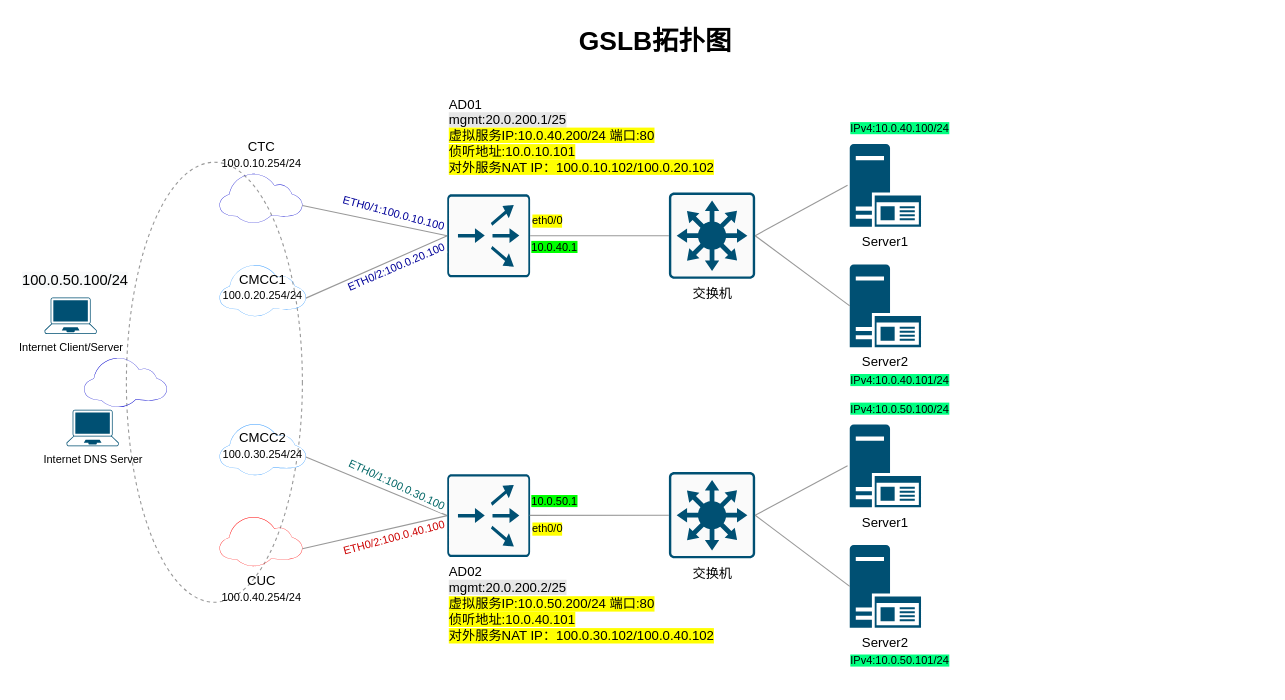
This is page "全局负载均衡拓扑图" (6 of 6) of Untitled Diagram.drawio from ahhfltj/cloud, a draw.io file, before an edit. Source tidied: cells renumbered, new cells numbered last; positions are measured from the earlier drawing's top-left corner, leaving out a move shared by most shapes. Both pictures are drawn from the tidied source at 110%, with x=0, y=0 at pixel (20, 19).
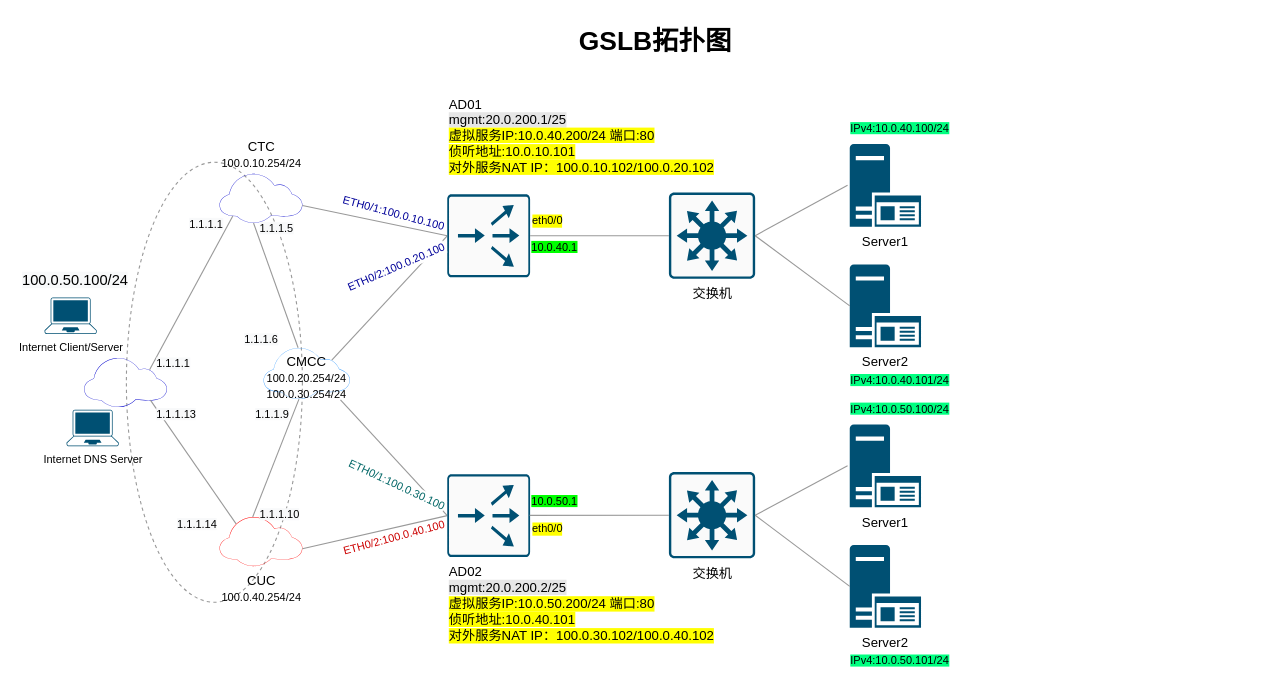
After the change.

Unchanged cells that the change refers to:
```xml
<mxCell id="7" value="CTC&lt;br&gt;&lt;span style=&quot;font-size: 10px&quot;&gt;100.0.10.254/24&lt;/span&gt;" style="points=[[0,0.64,0],[0.2,0.15,0],[0.4,0.01,0],[0.79,0.25,0],[1,0.65,0],[0.8,0.86,0],[0.41,1,0],[0.16,0.86,0]];verticalLabelPosition=top;html=1;verticalAlign=bottom;align=center;shape=mxgraph.cisco19.cloud;strokeColor=none;fillColor=#0000CC;" parent="1" vertex="1">
  <mxGeometry x="181.1" y="140" width="75.3" height="45.2" as="geometry" />
</mxCell>
<mxCell id="8" value="CUC&lt;br style=&quot;font-size: 10px&quot;&gt;&lt;span style=&quot;font-size: 10px&quot;&gt;100.0.40.254/24&lt;/span&gt;" style="points=[[0,0.64,0],[0.2,0.15,0],[0.4,0.01,0],[0.79,0.25,0],[1,0.65,0],[0.8,0.86,0],[0.41,1,0],[0.16,0.86,0]];verticalLabelPosition=bottom;html=1;verticalAlign=top;align=center;shape=mxgraph.cisco19.cloud;strokeColor=#FF0000;fillColor=#FF0000;" parent="1" vertex="1">
  <mxGeometry x="181.1" y="452" width="75.3" height="45.2" as="geometry" />
</mxCell>
<mxCell id="12" value="AD02&lt;br&gt;&lt;span style=&quot;background-color: rgb(230 , 230 , 230)&quot;&gt;mgmt:20.0.200.2/25&lt;/span&gt;&lt;br&gt;&lt;span style=&quot;background-color: rgb(255 , 255 , 0)&quot;&gt;虚拟服务IP:10.0.50.200/24 端口:80&lt;/span&gt;&lt;div&gt;&lt;/div&gt;&lt;div&gt;&lt;span style=&quot;background-color: rgb(255 , 255 , 0)&quot;&gt;侦听地址:10.0.40.101&lt;br&gt;&lt;/span&gt;&lt;div&gt;&lt;/div&gt;&lt;/div&gt;&lt;div&gt;&lt;span style=&quot;background-color: rgb(255 , 255 , 0)&quot;&gt;对外服务NAT IP：100.0.30.102/100.0.40.102&lt;/span&gt;&lt;/div&gt;" style="points=[[0.015,0.015,0],[0.985,0.015,0],[0.985,0.985,0],[0.015,0.985,0],[0.25,0,0],[0.5,0,0],[0.75,0,0],[1,0.25,0],[1,0.5,0],[1,0.75,0],[0.75,1,0],[0.5,1,0],[0.25,1,0],[0,0.75,0],[0,0.5,0],[0,0.25,0]];verticalLabelPosition=bottom;html=1;verticalAlign=top;align=left;shape=mxgraph.cisco19.rect;prIcon=content_router;fillColor=#FAFAFA;strokeColor=#005073;" parent="1" vertex="1">
  <mxGeometry x="388.1" y="413.6" width="75.3" height="75.3" as="geometry" />
</mxCell>
<mxCell id="20" value="&lt;span&gt;AD01&lt;/span&gt;&lt;br&gt;&lt;span style=&quot;background-color: rgb(230 , 230 , 230)&quot;&gt;mgmt:20.0.200.1/25&lt;/span&gt;&lt;br&gt;&lt;span style=&quot;background-color: rgb(255 , 255 , 0)&quot;&gt;虚拟服务IP:10.0.40.200/24 端口:80&lt;br&gt;侦听地址:10.0.10.101&lt;br&gt;对外服务NAT IP：100.0.10.102/100.0.20.102&lt;br&gt;&lt;/span&gt;&lt;div&gt;&lt;/div&gt;&lt;div&gt;&lt;br&gt;&lt;/div&gt;" style="points=[[0.015,0.015,0],[0.985,0.015,0],[0.985,0.985,0],[0.015,0.985,0],[0.25,0,0],[0.5,0,0],[0.75,0,0],[1,0.25,0],[1,0.5,0],[1,0.75,0],[0.75,1,0],[0.5,1,0],[0.25,1,0],[0,0.75,0],[0,0.5,0],[0,0.25,0]];verticalLabelPosition=top;html=1;verticalAlign=bottom;align=left;shape=mxgraph.cisco19.rect;prIcon=content_router;fillColor=#FAFAFA;strokeColor=#005073;" parent="1" vertex="1">
  <mxGeometry x="388.1" y="159.2" width="75.3" height="75.3" as="geometry" />
</mxCell>
<mxCell id="41" style="points=[[0,0.64,0],[0.2,0.15,0],[0.4,0.01,0],[0.79,0.25,0],[1,0.65,0],[0.8,0.86,0],[0.41,1,0],[0.16,0.86,0]];verticalLabelPosition=top;html=1;verticalAlign=bottom;align=center;shape=mxgraph.cisco19.cloud;strokeColor=none;fillColor=#0000CC;" parent="1" vertex="1">
  <mxGeometry x="58" y="307.4" width="75.3" height="45.2" as="geometry" />
</mxCell>
```

Diff of the diagram source:
```diff
@@
-    <mxCell id="9" value="CMCC1&lt;br style=&quot;font-size: 10px&quot;&gt;&lt;span style=&quot;font-size: 10px&quot;&gt;100.0.20.254/24&lt;/span&gt;" style="points=[[0,0.64,0],[0.2,0.15,0],[0.4,0.01,0],[0.79,0.25,0],[1,0.65,0],[0.8,0.86,0],[0.41,1,0],[0.16,0.86,0]];verticalLabelPosition=middle;html=1;verticalAlign=top;align=center;shape=mxgraph.cisco19.cloud;strokeColor=none;fillColor=#3399FF;" parent="1" vertex="1">
-      <mxGeometry x="181.1" y="222.9" width="78.5" height="47.1" as="geometry" />
+    <mxCell id="9" value="CMCC&lt;br style=&quot;font-size: 10px&quot;&gt;&lt;span style=&quot;font-size: 10px&quot;&gt;100.0.20.254/24&lt;br&gt;&lt;/span&gt;&lt;span style=&quot;font-size: 10px&quot;&gt;100.0.30.254/24&lt;/span&gt;&lt;span style=&quot;font-size: 10px&quot;&gt;&lt;br&gt;&lt;/span&gt;" style="points=[[0,0.64,0],[0.2,0.15,0],[0.4,0.01,0],[0.79,0.25,0],[1,0.65,0],[0.8,0.86,0],[0.41,1,0],[0.16,0.86,0]];verticalLabelPosition=middle;html=1;verticalAlign=top;align=center;shape=mxgraph.cisco19.cloud;strokeColor=none;fillColor=#3399FF;" parent="1" vertex="1">
+      <mxGeometry x="221.1" y="298.2" width="78.5" height="47.1" as="geometry" />
     </mxCell>
@@
-    <mxCell id="11" style="edgeStyle=none;rounded=0;jettySize=auto;html=1;entryX=1;entryY=0.65;entryDx=0;entryDy=0;endArrow=none;endFill=0;strokeWidth=1;exitX=0;exitY=0.5;exitDx=0;exitDy=0;exitPerimeter=0;strokeColor=#999999;jumpStyle=arc;entryPerimeter=0;" parent="1" edge="1" source="12" target="34">
+    <mxCell id="11" style="edgeStyle=none;rounded=0;jettySize=auto;html=1;entryX=0.891;entryY=1.015;entryDx=0;entryDy=0;endArrow=none;endFill=0;strokeWidth=1;exitX=0;exitY=0.5;exitDx=0;exitDy=0;exitPerimeter=0;strokeColor=#999999;jumpStyle=arc;entryPerimeter=0;" parent="1" edge="1" source="12" target="9">
       <mxGeometry x="140" y="227" as="geometry" />
     </mxCell>
@@
-    <mxCell id="19" style="edgeStyle=none;rounded=0;jettySize=auto;html=1;entryX=1;entryY=0.65;entryDx=0;entryDy=0;endArrow=none;endFill=0;strokeWidth=1;exitX=0;exitY=0.5;exitDx=0;exitDy=0;exitPerimeter=0;strokeColor=#999999;jumpStyle=arc;entryPerimeter=0;" parent="1" edge="1" source="20" target="9">
+    <mxCell id="19" style="edgeStyle=none;rounded=0;jettySize=auto;html=1;entryX=0.79;entryY=0.25;entryDx=0;entryDy=0;endArrow=none;endFill=0;strokeWidth=1;exitX=0;exitY=0.5;exitDx=0;exitDy=0;exitPerimeter=0;strokeColor=#999999;jumpStyle=arc;entryPerimeter=0;" parent="1" edge="1" source="20" target="9">
       <mxGeometry x="140" y="227" as="geometry" />
     </mxCell>
@@
-    <mxCell id="34" value="CMCC2&lt;br style=&quot;font-size: 10px&quot;&gt;&lt;span style=&quot;font-size: 10px&quot;&gt;100.0.30.254/24&lt;/span&gt;" style="points=[[0,0.64,0],[0.2,0.15,0],[0.4,0.01,0],[0.79,0.25,0],[1,0.65,0],[0.8,0.86,0],[0.41,1,0],[0.16,0.86,0]];verticalLabelPosition=middle;html=1;verticalAlign=top;align=center;shape=mxgraph.cisco19.cloud;strokeColor=none;fillColor=#3399FF;" parent="1" vertex="1">
-      <mxGeometry x="181.1" y="367.4" width="78.5" height="47.1" as="geometry" />
-    </mxCell>
@@
+    <mxCell id="42" style="edgeStyle=none;rounded=0;jettySize=auto;html=1;entryX=0.79;entryY=0.25;entryDx=0;entryDy=0;endArrow=none;endFill=0;strokeWidth=1;exitX=0.16;exitY=0.86;exitDx=0;exitDy=0;exitPerimeter=0;strokeColor=#999999;jumpStyle=arc;entryPerimeter=0;" parent="1" edge="1" source="7" target="41">
+      <mxGeometry x="-30.2" y="218.9" as="geometry" />
+    </mxCell>
+    <mxCell id="43" style="edgeStyle=none;rounded=0;jettySize=auto;html=1;entryX=0.8;entryY=0.86;entryDx=0;entryDy=0;endArrow=none;endFill=0;strokeWidth=1;exitX=0.2;exitY=0.15;exitDx=0;exitDy=0;exitPerimeter=0;strokeColor=#999999;jumpStyle=arc;entryPerimeter=0;" parent="1" edge="1" source="8" target="41">
+      <mxGeometry x="-20.2" y="228.9" as="geometry" />
+    </mxCell>
+    <mxCell id="44" style="edgeStyle=none;rounded=0;jettySize=auto;html=1;entryX=0.4;entryY=0.01;entryDx=0;entryDy=0;endArrow=none;endFill=0;strokeWidth=1;exitX=0.41;exitY=1;exitDx=0;exitDy=0;exitPerimeter=0;strokeColor=#999999;jumpStyle=arc;entryPerimeter=0;" parent="1" edge="1" source="7" target="9">
+      <mxGeometry x="-10.2" y="238.9" as="geometry" />
+    </mxCell>
+    <mxCell id="45" style="edgeStyle=none;rounded=0;jettySize=auto;html=1;entryX=0.4;entryY=0.01;entryDx=0;entryDy=0;endArrow=none;endFill=0;strokeWidth=1;strokeColor=#999999;jumpStyle=arc;entryPerimeter=0;exitX=0.41;exitY=1;exitDx=0;exitDy=0;exitPerimeter=0;" parent="1" edge="1" source="9" target="8">
+      <mxGeometry x="-3.9" y="399" as="geometry" />
+    </mxCell>
+    <mxCell id="46" value="&lt;span style=&quot;color: rgb(0 , 0 , 0) ; font-family: &amp;#34;helvetica&amp;#34; ; font-size: 10px ; font-style: normal ; font-weight: normal ; letter-spacing: normal ; text-align: center ; text-indent: 0px ; text-transform: none ; word-spacing: 0px ; background-color: rgb(248 , 249 , 250) ; text-decoration: none ; display: inline ; float: none&quot;&gt;1.1.1.1&lt;/span&gt;" style="text;whiteSpace=wrap;html=1;" parent="1" vertex="1">
+      <mxGeometry x="122" y="299.4" width="40" height="30" as="geometry" />
+    </mxCell>
+    <mxCell id="47" value="&lt;span style=&quot;color: rgb(0 , 0 , 0) ; font-family: &amp;#34;helvetica&amp;#34; ; font-size: 10px ; font-style: normal ; font-weight: normal ; letter-spacing: normal ; text-align: center ; text-indent: 0px ; text-transform: none ; word-spacing: 0px ; background-color: rgb(248 , 249 , 250) ; text-decoration: none ; display: inline ; float: none&quot;&gt;1.1.1.1&lt;/span&gt;" style="text;whiteSpace=wrap;html=1;" parent="1" vertex="1">
+      <mxGeometry x="152" y="171.9" width="40" height="30" as="geometry" />
+    </mxCell>
+    <mxCell id="48" value="&lt;span style=&quot;color: rgb(0 , 0 , 0) ; font-family: &amp;#34;helvetica&amp;#34; ; font-size: 10px ; font-style: normal ; font-weight: normal ; letter-spacing: normal ; text-align: center ; text-indent: 0px ; text-transform: none ; word-spacing: 0px ; background-color: rgb(248 , 249 , 250) ; text-decoration: none ; display: inline ; float: none&quot;&gt;1.1.1.5&lt;/span&gt;" style="text;whiteSpace=wrap;html=1;" parent="1" vertex="1">
+      <mxGeometry x="216.4" y="176.1" width="40" height="30" as="geometry" />
+    </mxCell>
+    <mxCell id="49" value="&lt;span style=&quot;color: rgb(0 , 0 , 0) ; font-family: &amp;#34;helvetica&amp;#34; ; font-size: 10px ; font-style: normal ; font-weight: normal ; letter-spacing: normal ; text-align: center ; text-indent: 0px ; text-transform: none ; word-spacing: 0px ; background-color: rgb(248 , 249 , 250) ; text-decoration: none ; display: inline ; float: none&quot;&gt;1.1.1.6&lt;/span&gt;" style="text;whiteSpace=wrap;html=1;" parent="1" vertex="1">
+      <mxGeometry x="202" y="277.4" width="40" height="30" as="geometry" />
+    </mxCell>
+    <mxCell id="50" value="&lt;span style=&quot;color: rgb(0 , 0 , 0) ; font-family: &amp;#34;helvetica&amp;#34; ; font-size: 10px ; font-style: normal ; font-weight: normal ; letter-spacing: normal ; text-align: center ; text-indent: 0px ; text-transform: none ; word-spacing: 0px ; background-color: rgb(248 , 249 , 250) ; text-decoration: none ; display: inline ; float: none&quot;&gt;1.1.1.9&lt;/span&gt;" style="text;whiteSpace=wrap;html=1;" parent="1" vertex="1">
+      <mxGeometry x="212" y="345.3" width="40" height="30" as="geometry" />
+    </mxCell>
+    <mxCell id="51" value="&lt;span style=&quot;color: rgb(0 , 0 , 0) ; font-family: &amp;#34;helvetica&amp;#34; ; font-size: 10px ; font-style: normal ; font-weight: normal ; letter-spacing: normal ; text-align: center ; text-indent: 0px ; text-transform: none ; word-spacing: 0px ; background-color: rgb(248 , 249 , 250) ; text-decoration: none ; display: inline ; float: none&quot;&gt;1.1.1.10&lt;/span&gt;" style="text;whiteSpace=wrap;html=1;" parent="1" vertex="1">
+      <mxGeometry x="216.4" y="435.9" width="40" height="30" as="geometry" />
+    </mxCell>
+    <mxCell id="52" value="&lt;span style=&quot;color: rgb(0 , 0 , 0) ; font-family: &amp;#34;helvetica&amp;#34; ; font-size: 10px ; font-style: normal ; font-weight: normal ; letter-spacing: normal ; text-align: center ; text-indent: 0px ; text-transform: none ; word-spacing: 0px ; background-color: rgb(248 , 249 , 250) ; text-decoration: none ; display: inline ; float: none&quot;&gt;1.1.1.13&lt;/span&gt;" style="text;whiteSpace=wrap;html=1;" parent="1" vertex="1">
+      <mxGeometry x="122" y="345.3" width="40" height="30" as="geometry" />
+    </mxCell>
+    <mxCell id="53" value="&lt;span style=&quot;color: rgb(0 , 0 , 0) ; font-family: &amp;#34;helvetica&amp;#34; ; font-size: 10px ; font-style: normal ; font-weight: normal ; letter-spacing: normal ; text-align: center ; text-indent: 0px ; text-transform: none ; word-spacing: 0px ; background-color: rgb(248 , 249 , 250) ; text-decoration: none ; display: inline ; float: none&quot;&gt;1.1.1.14&lt;/span&gt;" style="text;whiteSpace=wrap;html=1;" parent="1" vertex="1">
+      <mxGeometry x="141.1" y="444.7" width="40" height="30" as="geometry" />
+    </mxCell>
```
